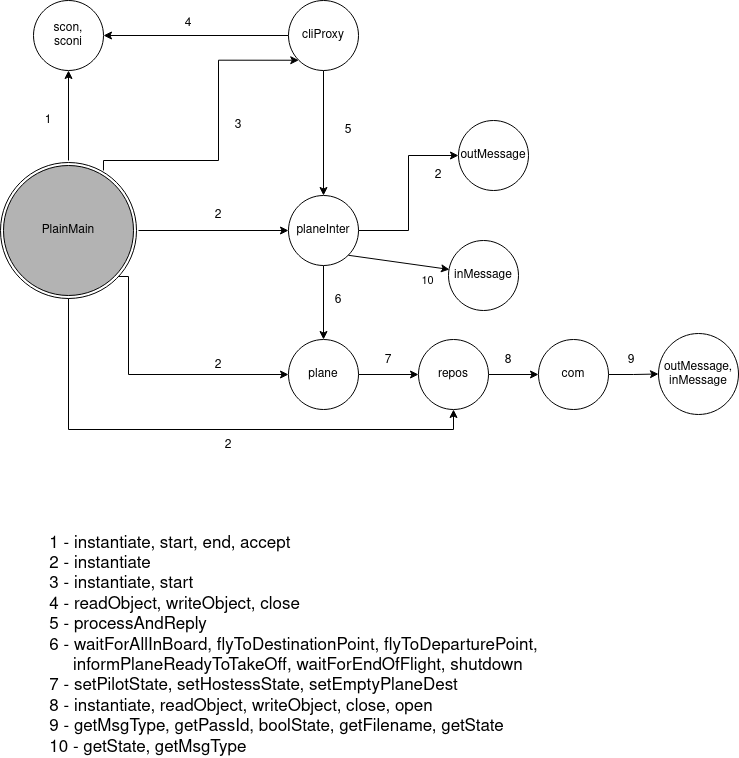
This is assignment3/diagramas/PlaneDiagram.png from MarianaPinto17/SD, a draw.io export, as it was before one commit. Source tidied: cells renumbered, new cells last; positions are measured from the earlier drawing's top-left corner, leaving out a move shared by most shapes.
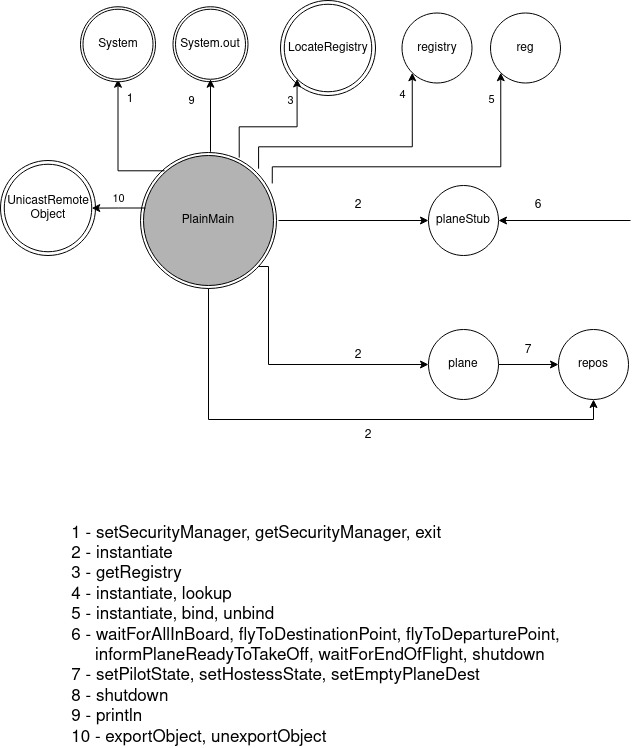
The same diagram one commit later.

Diff of the diagram source:
```diff
@@ -10,20 +10,6 @@
         </Array>
       </mxGeometry>
     </mxCell>
-    <mxCell id="3" style="edgeStyle=orthogonalEdgeStyle;rounded=0;jettySize=auto;html=1;entryX=0.5;entryY=1;entryDx=0;entryDy=0;" parent="1" edge="1" target="7">
-      <mxGeometry relative="1" as="geometry">
-        <mxPoint x="68" y="160" as="sourcePoint" />
-      </mxGeometry>
-    </mxCell>
-    <mxCell id="4" style="edgeStyle=orthogonalEdgeStyle;rounded=0;jettySize=auto;html=1;entryX=0;entryY=1;entryDx=0;entryDy=0;exitX=0.769;exitY=0.038;exitDx=0;exitDy=0;exitPerimeter=0;" parent="1" edge="1" source="36" target="10">
-      <mxGeometry relative="1" as="geometry">
-        <Array as="points">
-          <mxPoint x="103" y="160" />
-          <mxPoint x="218" y="160" />
-          <mxPoint x="218" y="60" />
-        </Array>
-      </mxGeometry>
-    </mxCell>
     <mxCell id="5" style="edgeStyle=orthogonalEdgeStyle;rounded=0;jettySize=auto;html=1;entryX=0;entryY=0.5;entryDx=0;entryDy=0;" parent="1" edge="1" target="13">
       <mxGeometry relative="1" as="geometry">
         <mxPoint x="138" y="230" as="sourcePoint" />
@@ -37,87 +23,38 @@
         </Array>
       </mxGeometry>
     </mxCell>
-    <mxCell id="7" value="&lt;div&gt;scon,&lt;/div&gt;&lt;div&gt;sconi&lt;br&gt;&lt;/div&gt;" style="ellipse;whiteSpace=wrap;html=1;align=center;" parent="1" vertex="1">
-      <mxGeometry x="33" width="70" height="70" as="geometry" />
-    </mxCell>
-    <mxCell id="8" style="edgeStyle=orthogonalEdgeStyle;rounded=0;jettySize=auto;html=1;entryX=1;entryY=0.5;entryDx=0;entryDy=0;" parent="1" edge="1" source="10" target="7">
-      <mxGeometry relative="1" as="geometry" />
-    </mxCell>
-    <mxCell id="9" style="edgeStyle=orthogonalEdgeStyle;rounded=0;jettySize=auto;html=1;entryX=0.5;entryY=0;entryDx=0;entryDy=0;" parent="1" edge="1" source="10" target="13">
-      <mxGeometry relative="1" as="geometry" />
-    </mxCell>
-    <mxCell id="10" value="cliProxy" style="ellipse;whiteSpace=wrap;html=1;align=center;" parent="1" vertex="1">
-      <mxGeometry x="288" width="70" height="70" as="geometry" />
-    </mxCell>
-    <mxCell id="11" style="edgeStyle=orthogonalEdgeStyle;rounded=0;jettySize=auto;html=1;entryX=0.5;entryY=0;entryDx=0;entryDy=0;" parent="1" edge="1" source="13" target="16">
-      <mxGeometry relative="1" as="geometry" />
+    <mxCell id="11" style="edgeStyle=orthogonalEdgeStyle;rounded=0;jettySize=auto;html=1;entryX=1;entryY=0.5;entryDx=0;entryDy=0;" parent="1" edge="1" target="13">
+      <mxGeometry relative="1" as="geometry">
+        <mxPoint x="490" y="230" as="sourcePoint" />
+      </mxGeometry>
     </mxCell>
-    <mxCell id="12" style="edgeStyle=orthogonalEdgeStyle;rounded=0;jettySize=auto;html=1;entryX=0;entryY=0.5;entryDx=0;entryDy=0;" parent="1" edge="1" source="13" target="14">
-      <mxGeometry relative="1" as="geometry" />
-    </mxCell>
-    <mxCell id="13" value="planeInter" style="ellipse;whiteSpace=wrap;html=1;align=center;" parent="1" vertex="1">
+    <mxCell id="13" value="planeStub" style="ellipse;whiteSpace=wrap;html=1;align=center;" parent="1" vertex="1">
       <mxGeometry x="288" y="195" width="70" height="70" as="geometry" />
     </mxCell>
-    <mxCell id="14" value="outMessage" style="ellipse;whiteSpace=wrap;html=1;align=center;" parent="1" vertex="1">
-      <mxGeometry x="458" y="120" width="70" height="70" as="geometry" />
-    </mxCell>
     <mxCell id="15" style="edgeStyle=orthogonalEdgeStyle;rounded=0;jettySize=auto;html=1;entryX=0;entryY=0.5;entryDx=0;entryDy=0;" parent="1" edge="1" source="16" target="26">
       <mxGeometry relative="1" as="geometry" />
     </mxCell>
     <mxCell id="16" value="plane" style="ellipse;whiteSpace=wrap;html=1;align=center;" parent="1" vertex="1">
       <mxGeometry x="288" y="339" width="70" height="70" as="geometry" />
     </mxCell>
-    <mxCell id="17" value="1" style="text;html=1;strokeColor=none;fillColor=none;align=center;verticalAlign=middle;whiteSpace=wrap;rounded=0;" parent="1" vertex="1">
-      <mxGeometry x="28" y="110" width="40" height="20" as="geometry" />
-    </mxCell>
-    <mxCell id="18" value="4" style="text;html=1;strokeColor=none;fillColor=none;align=center;verticalAlign=middle;whiteSpace=wrap;rounded=0;" parent="1" vertex="1">
-      <mxGeometry x="168" y="13" width="40" height="20" as="geometry" />
-    </mxCell>
-    <mxCell id="19" value="5" style="text;html=1;strokeColor=none;fillColor=none;align=center;verticalAlign=middle;whiteSpace=wrap;rounded=0;" parent="1" vertex="1">
-      <mxGeometry x="328" y="120" width="40" height="20" as="geometry" />
-    </mxCell>
-    <mxCell id="20" value="&lt;div&gt;3&lt;/div&gt;" style="text;html=1;strokeColor=none;fillColor=none;align=center;verticalAlign=middle;whiteSpace=wrap;rounded=0;" parent="1" vertex="1">
-      <mxGeometry x="218" y="110" width="40" height="30" as="geometry" />
-    </mxCell>
     <mxCell id="21" value="2" style="text;html=1;strokeColor=none;fillColor=none;align=center;verticalAlign=middle;whiteSpace=wrap;rounded=0;" parent="1" vertex="1">
       <mxGeometry x="198" y="200" width="40" height="30" as="geometry" />
     </mxCell>
-    <mxCell id="22" value="2" style="text;html=1;strokeColor=none;fillColor=none;align=center;verticalAlign=middle;whiteSpace=wrap;rounded=0;" parent="1" vertex="1">
-      <mxGeometry x="418" y="160" width="40" height="30" as="geometry" />
-    </mxCell>
     <mxCell id="23" value="2" style="text;html=1;strokeColor=none;fillColor=none;align=center;verticalAlign=middle;whiteSpace=wrap;rounded=0;" parent="1" vertex="1">
       <mxGeometry x="198" y="350" width="40" height="30" as="geometry" />
     </mxCell>
     <mxCell id="24" value="6" style="text;html=1;strokeColor=none;fillColor=none;align=center;verticalAlign=middle;whiteSpace=wrap;rounded=0;" parent="1" vertex="1">
-      <mxGeometry x="318" y="290" width="40" height="20" as="geometry" />
+      <mxGeometry x="378" y="205" width="40" height="20" as="geometry" />
     </mxCell>
-    <mxCell id="25" style="edgeStyle=orthogonalEdgeStyle;rounded=0;jettySize=auto;html=1;" parent="1" edge="1" source="26" target="28">
-      <mxGeometry relative="1" as="geometry" />
-    </mxCell>
     <mxCell id="26" value="repos" style="ellipse;whiteSpace=wrap;html=1;align=center;" parent="1" vertex="1">
       <mxGeometry x="418" y="339" width="70" height="70" as="geometry" />
     </mxCell>
-    <mxCell id="27" style="edgeStyle=orthogonalEdgeStyle;rounded=0;jettySize=auto;html=1;entryX=0;entryY=0.5;entryDx=0;entryDy=0;" parent="1" edge="1" source="28" target="29">
-      <mxGeometry relative="1" as="geometry" />
-    </mxCell>
-    <mxCell id="28" value="com" style="ellipse;whiteSpace=wrap;html=1;align=center;" parent="1" vertex="1">
-      <mxGeometry x="538" y="339" width="70" height="70" as="geometry" />
-    </mxCell>
-    <mxCell id="29" value="&lt;div&gt;outMessage,&lt;/div&gt;&lt;div&gt;inMessage&lt;br&gt;&lt;/div&gt;" style="ellipse;whiteSpace=wrap;html=1;align=center;" parent="1" vertex="1">
-      <mxGeometry x="658" y="333" width="80" height="81" as="geometry" />
-    </mxCell>
     <mxCell id="30" value="2" style="text;html=1;strokeColor=none;fillColor=none;align=center;verticalAlign=middle;whiteSpace=wrap;rounded=0;" parent="1" vertex="1">
       <mxGeometry x="208" y="435" width="40" height="20" as="geometry" />
     </mxCell>
     <mxCell id="31" value="7" style="text;html=1;strokeColor=none;fillColor=none;align=center;verticalAlign=middle;whiteSpace=wrap;rounded=0;" parent="1" vertex="1">
       <mxGeometry x="368" y="350" width="40" height="20" as="geometry" />
     </mxCell>
-    <mxCell id="32" value="8" style="text;html=1;strokeColor=none;fillColor=none;align=center;verticalAlign=middle;whiteSpace=wrap;rounded=0;" parent="1" vertex="1">
-      <mxGeometry x="488" y="350" width="40" height="20" as="geometry" />
-    </mxCell>
-    <mxCell id="33" value="9" style="text;html=1;strokeColor=none;fillColor=none;align=center;verticalAlign=middle;whiteSpace=wrap;rounded=0;" parent="1" vertex="1">
-      <mxGeometry x="611" y="350" width="40" height="20" as="geometry" />
-    </mxCell>
     <mxCell id="34" style="group;" parent="1" vertex="1">
       <mxGeometry y="162" width="136" height="136" as="geometry" />
     </mxCell>
@@ -127,21 +64,124 @@
     <mxCell id="36" value="PlainMain" style="ellipse;whiteSpace=wrap;html=1;align=center;strokeColor=#000000;fillColor=#B3B3B3;" parent="34" vertex="1">
       <mxGeometry x="3" y="3" width="130" height="130" as="geometry" />
     </mxCell>
-    <mxCell id="37" value="&lt;div style=&quot;font-size: 17px&quot; align=&quot;left&quot;&gt;&lt;font style=&quot;font-size: 17px&quot;&gt;1 - instantiate, start, end, accept&lt;/font&gt;&lt;/div&gt;&lt;div style=&quot;font-size: 17px&quot; align=&quot;left&quot;&gt;&lt;font style=&quot;font-size: 17px&quot;&gt;2 - instantiate&lt;/font&gt;&lt;/div&gt;&lt;div style=&quot;font-size: 17px&quot; align=&quot;left&quot;&gt;&lt;font style=&quot;font-size: 17px&quot;&gt;3 - instantiate, start&lt;/font&gt;&lt;/div&gt;&lt;div style=&quot;font-size: 17px&quot; align=&quot;left&quot;&gt;&lt;font style=&quot;font-size: 17px&quot;&gt;4 - readObject, writeObject, close&lt;/font&gt;&lt;/div&gt;&lt;div style=&quot;font-size: 17px&quot; align=&quot;left&quot;&gt;&lt;font style=&quot;font-size: 17px&quot;&gt;5 - processAndReply&lt;/font&gt;&lt;/div&gt;&lt;div style=&quot;font-size: 17px&quot; align=&quot;left&quot;&gt;&lt;font style=&quot;font-size: 17px&quot;&gt;6 - waitForAllInBoard, flyToDestinationPoint, flyToDeparturePoint,&lt;/font&gt;&lt;/div&gt;&lt;div style=&quot;font-size: 17px&quot; align=&quot;left&quot;&gt;&lt;font style=&quot;font-size: 17px&quot;&gt;&amp;nbsp;&amp;nbsp;&amp;nbsp;&amp;nbsp; informPlaneReadyToTakeOff, waitForEndOfFlight, shutdown&lt;br&gt;&lt;/font&gt;&lt;/div&gt;&lt;div style=&quot;font-size: 17px&quot; align=&quot;left&quot;&gt;&lt;font style=&quot;font-size: 17px&quot;&gt;7 - setPilotState, setHostessState, setEmptyPlaneDest&lt;br&gt;&lt;/font&gt;&lt;/div&gt;&lt;div style=&quot;font-size: 17px&quot; align=&quot;left&quot;&gt;&lt;font style=&quot;font-size: 17px&quot;&gt;8 - instantiate, readObject, writeObject, close, open&lt;br&gt;&lt;/font&gt;&lt;/div&gt;&lt;div style=&quot;font-size: 17px&quot; align=&quot;left&quot;&gt;&lt;font style=&quot;font-size: 17px&quot;&gt;9 - getMsgType, getPassId, boolState, getFilename, getState&lt;/font&gt;&lt;/div&gt;&lt;div style=&quot;font-size: 17px&quot; align=&quot;left&quot;&gt;&lt;font style=&quot;font-size: 17px&quot;&gt;10 - getState, getMsgType&lt;/font&gt;&lt;/div&gt;" style="text;html=1;align=center;verticalAlign=middle;strokeColor=none;" parent="1" vertex="1">
-      <mxGeometry x="43" y="565" width="500" height="160" as="geometry" />
+    <mxCell id="37" value="&lt;div style=&quot;font-size: 17px&quot; align=&quot;left&quot;&gt;&lt;font style=&quot;font-size: 17px&quot;&gt;1 - setSecurityManager, getSecurityManager, exit&lt;br&gt;&lt;/font&gt;&lt;/div&gt;&lt;div style=&quot;font-size: 17px&quot; align=&quot;left&quot;&gt;&lt;font style=&quot;font-size: 17px&quot;&gt;2 - instantiate&lt;/font&gt;&lt;/div&gt;&lt;div style=&quot;font-size: 17px&quot; align=&quot;left&quot;&gt;&lt;font style=&quot;font-size: 17px&quot;&gt;3 - getRegistry&lt;br&gt;&lt;/font&gt;&lt;/div&gt;&lt;div style=&quot;font-size: 17px&quot; align=&quot;left&quot;&gt;&lt;font style=&quot;font-size: 17px&quot;&gt;4 - instantiate, lookup&lt;/font&gt;&lt;font style=&quot;font-size: 17px&quot;&gt;&lt;br&gt;&lt;/font&gt;&lt;/div&gt;&lt;div style=&quot;font-size: 17px&quot; align=&quot;left&quot;&gt;&lt;font style=&quot;font-size: 17px&quot;&gt;5 - instantiate, bind, unbind&lt;/font&gt;&lt;/div&gt;&lt;div style=&quot;font-size: 17px&quot; align=&quot;left&quot;&gt;&lt;font style=&quot;font-size: 17px&quot;&gt;6 - waitForAllInBoard, flyToDestinationPoint, flyToDeparturePoint,&lt;/font&gt;&lt;/div&gt;&lt;div style=&quot;font-size: 17px&quot; align=&quot;left&quot;&gt;&lt;font style=&quot;font-size: 17px&quot;&gt;&amp;nbsp;&amp;nbsp;&amp;nbsp;&amp;nbsp; informPlaneReadyToTakeOff, waitForEndOfFlight, shutdown&lt;br&gt;&lt;/font&gt;&lt;/div&gt;&lt;div style=&quot;font-size: 17px&quot; align=&quot;left&quot;&gt;&lt;font style=&quot;font-size: 17px&quot;&gt;7 - setPilotState, setHostessState, setEmptyPlaneDest&lt;br&gt;&lt;/font&gt;&lt;/div&gt;&lt;div style=&quot;font-size: 17px&quot; align=&quot;left&quot;&gt;&lt;font style=&quot;font-size: 17px&quot;&gt;8 - shutdown&lt;br&gt;&lt;/font&gt;&lt;/div&gt;&lt;div style=&quot;font-size: 17px&quot; align=&quot;left&quot;&gt;&lt;font style=&quot;font-size: 17px&quot;&gt;9 - println&lt;/font&gt;&lt;font style=&quot;font-size: 17px&quot;&gt;&lt;br&gt;&lt;/font&gt;&lt;/div&gt;&lt;div style=&quot;font-size: 17px&quot; align=&quot;left&quot;&gt;&lt;font style=&quot;font-size: 17px&quot;&gt;10 - exportObject, unexportObject&lt;/font&gt;&lt;/div&gt;" style="text;html=1;align=center;verticalAlign=middle;strokeColor=none;" parent="1" vertex="1">
+      <mxGeometry x="-75" y="565" width="500" height="160" as="geometry" />
     </mxCell>
-    <mxCell id="38" style="endArrow=classic;html=1;entryX=0.014;entryY=0.414;entryDx=0;entryDy=0;exitX=1;exitY=1;exitDx=0;exitDy=0;entryPerimeter=0;" parent="1" edge="1" target="40">
-      <mxGeometry relative="1" as="geometry">
-        <mxPoint x="347.7" y="254.7" as="sourcePoint" />
-      </mxGeometry>
-    </mxCell>
+    <mxCell id="41" style="group;" parent="1" vertex="1">
+      <mxGeometry x="-140" y="170" width="95" height="95" as="geometry" />
+    </mxCell>
+    <mxCell id="42" value="LocateRegistry" style="ellipse;whiteSpace=wrap;html=1;align=center;" parent="41" vertex="1">
+      <mxGeometry width="95" height="95" as="geometry" />
+    </mxCell>
+    <mxCell id="43" value="&lt;div&gt;UnicastRemote&lt;/div&gt;&lt;div&gt;Object&lt;br&gt;&lt;/div&gt;" style="ellipse;whiteSpace=wrap;html=1;align=center;" parent="41" vertex="1">
+      <mxGeometry x="3.8" y="3.8" width="87.5" height="87.5" as="geometry" />
+    </mxCell>
+    <mxCell id="44" style="edgeStyle=orthogonalEdgeStyle;rounded=0;jettySize=auto;html=1;" parent="1" edge="1" target="43">
+      <mxGeometry relative="1" as="geometry">
+        <mxPoint x="5" y="217.5" as="sourcePoint" />
+      </mxGeometry>
+    </mxCell>
-    <mxCell id="39" value="&lt;div&gt;10&lt;/div&gt;" style="edgeLabel;html=1;align=center;verticalAlign=middle;" parent="38" vertex="1">
-      <mxGeometry x="0.57" y="-1" relative="1" as="geometry">
-        <mxPoint y="13" as="offset" />
+    <mxCell id="39" value="10" style="edgeLabel;html=1;align=center;verticalAlign=middle;" parent="44" vertex="1">
+      <mxGeometry x="-0.16" relative="1" as="geometry">
+        <mxPoint x="-5" y="-10" as="offset" />
       </mxGeometry>
     </mxCell>
-    <mxCell id="40" value="inMessage" style="ellipse;whiteSpace=wrap;html=1;align=center;" parent="1" vertex="1">
-      <mxGeometry x="448" y="240" width="70" height="70" as="geometry" />
-    </mxCell>
+    <mxCell id="45" style="edgeStyle=orthogonalEdgeStyle;rounded=0;jettySize=auto;html=1;entryX=0.5;entryY=1;entryDx=0;entryDy=0;exitX=0;exitY=0;exitDx=0;exitDy=0;" parent="1" edge="1" target="48">
+      <mxGeometry relative="1" as="geometry">
+        <mxPoint x="24" y="180.3" as="sourcePoint" />
+      </mxGeometry>
+    </mxCell>
+    <mxCell id="17" value="1" style="text;html=1;strokeColor=none;fillColor=none;align=center;verticalAlign=middle;whiteSpace=wrap;rounded=0;" parent="1" vertex="1">
+      <mxGeometry x="-30" y="98.8" width="40" height="20" as="geometry" />
+    </mxCell>
+    <mxCell id="46" style="group;" parent="1" vertex="1">
+      <mxGeometry x="-60" y="16.2" width="75" height="75" as="geometry" />
+    </mxCell>
+    <mxCell id="47" value="System" style="ellipse;whiteSpace=wrap;html=1;align=center;" parent="46" vertex="1">
+      <mxGeometry width="75" height="75" as="geometry" />
+    </mxCell>
+    <mxCell id="48" value="System" style="ellipse;whiteSpace=wrap;html=1;align=center;" parent="46" vertex="1">
+      <mxGeometry x="2.5" y="2.5" width="70" height="70" as="geometry" />
+    </mxCell>
+    <mxCell id="49" style="group;" parent="1" vertex="1">
+      <mxGeometry x="32.5" y="16.2" width="75" height="75" as="geometry" />
+    </mxCell>
+    <mxCell id="50" value="System" style="ellipse;whiteSpace=wrap;html=1;align=center;" parent="49" vertex="1">
+      <mxGeometry width="75" height="75" as="geometry" />
+    </mxCell>
+    <mxCell id="51" value="System.out" style="ellipse;whiteSpace=wrap;html=1;align=center;" parent="49" vertex="1">
+      <mxGeometry x="2.5" y="2.5" width="70" height="70" as="geometry" />
+    </mxCell>
+    <mxCell id="52" style="edgeStyle=orthogonalEdgeStyle;rounded=0;jettySize=auto;html=1;exitX=0.5;exitY=0;exitDx=0;exitDy=0;entryX=0.5;entryY=1;entryDx=0;entryDy=0;" parent="1" edge="1" target="51">
+      <mxGeometry relative="1" as="geometry">
+        <mxPoint x="70" y="161.2" as="sourcePoint" />
+        <Array as="points">
+          <mxPoint x="70" y="89.2" />
+          <mxPoint x="70" y="89.2" />
+        </Array>
+      </mxGeometry>
+    </mxCell>
+    <mxCell id="33" value="9" style="edgeLabel;html=1;align=center;verticalAlign=middle;" parent="52" vertex="1">
+      <mxGeometry x="-0.24" relative="1" as="geometry">
+        <mxPoint x="-20" y="-24" as="offset" />
+      </mxGeometry>
+    </mxCell>
+    <mxCell id="53" style="group;" parent="1" vertex="1">
+      <mxGeometry x="140" y="10" width="95" height="95" as="geometry" />
+    </mxCell>
+    <mxCell id="54" value="LocateRegistry" style="ellipse;whiteSpace=wrap;html=1;align=center;" parent="53" vertex="1">
+      <mxGeometry width="95" height="95" as="geometry" />
+    </mxCell>
+    <mxCell id="55" value="LocateRegistry" style="ellipse;whiteSpace=wrap;html=1;align=center;" parent="53" vertex="1">
+      <mxGeometry x="3.8" y="3.8" width="87.5" height="87.5" as="geometry" />
+    </mxCell>
+    <mxCell id="56" style="edgeStyle=orthogonalEdgeStyle;rounded=0;jettySize=auto;html=1;entryX=0;entryY=1;entryDx=0;entryDy=0;exitX=0.721;exitY=0.045;exitDx=0;exitDy=0;exitPerimeter=0;" parent="1" edge="1" target="55">
+      <mxGeometry relative="1" as="geometry">
+        <mxPoint x="98.7" y="167.1" as="sourcePoint" />
+        <Array as="points">
+          <mxPoint x="99" y="136.2" />
+          <mxPoint x="157" y="136.2" />
+        </Array>
+      </mxGeometry>
+    </mxCell>
+    <mxCell id="20" value="3" style="edgeLabel;html=1;align=center;verticalAlign=middle;" parent="56" vertex="1">
+      <mxGeometry x="0.58" y="-3" relative="1" as="geometry">
+        <mxPoint x="-10" y="-7" as="offset" />
+      </mxGeometry>
+    </mxCell>
+    <mxCell id="57" value="registry" style="ellipse;whiteSpace=wrap;html=1;align=center;" parent="1" vertex="1">
+      <mxGeometry x="261.5" y="22.5" width="70" height="70" as="geometry" />
+    </mxCell>
+    <mxCell id="58" style="edgeStyle=orthogonalEdgeStyle;rounded=0;jettySize=auto;html=1;exitX=1;exitY=0;exitDx=0;exitDy=0;entryX=0;entryY=1;entryDx=0;entryDy=0;" parent="1" edge="1" target="57">
+      <mxGeometry relative="1" as="geometry">
+        <mxPoint x="118.1" y="178.2" as="sourcePoint" />
+        <Array as="points">
+          <mxPoint x="118" y="156.2" />
+          <mxPoint x="272" y="156.2" />
+        </Array>
+      </mxGeometry>
+    </mxCell>
+    <mxCell id="18" value="4" style="edgeLabel;html=1;align=center;verticalAlign=middle;" parent="58" vertex="1">
+      <mxGeometry x="0.52" y="-3" relative="1" as="geometry">
+        <mxPoint x="-13" y="-38" as="offset" />
+      </mxGeometry>
+    </mxCell>
+    <mxCell id="59" value="reg" style="ellipse;whiteSpace=wrap;html=1;align=center;" parent="1" vertex="1">
+      <mxGeometry x="350" y="22.5" width="70" height="70" as="geometry" />
+    </mxCell>
+    <mxCell id="60" style="edgeStyle=orthogonalEdgeStyle;rounded=0;jettySize=auto;html=1;exitX=0.975;exitY=0.244;exitDx=0;exitDy=0;entryX=0;entryY=1;entryDx=0;entryDy=0;exitPerimeter=0;" parent="1" edge="1" target="59">
+      <mxGeometry relative="1" as="geometry">
+        <mxPoint x="131.8" y="193" as="sourcePoint" />
+        <Array as="points">
+          <mxPoint x="132" y="176.2" />
+          <mxPoint x="360" y="176.2" />
+        </Array>
+      </mxGeometry>
+    </mxCell>
+    <mxCell id="19" value="5" style="edgeLabel;html=1;align=center;verticalAlign=middle;" parent="60" vertex="1">
+      <mxGeometry x="0.87" y="3" relative="1" as="geometry">
+        <mxPoint x="-7" y="5" as="offset" />
+      </mxGeometry>
+    </mxCell>
   </root>
 </mxGraphModel>
```
